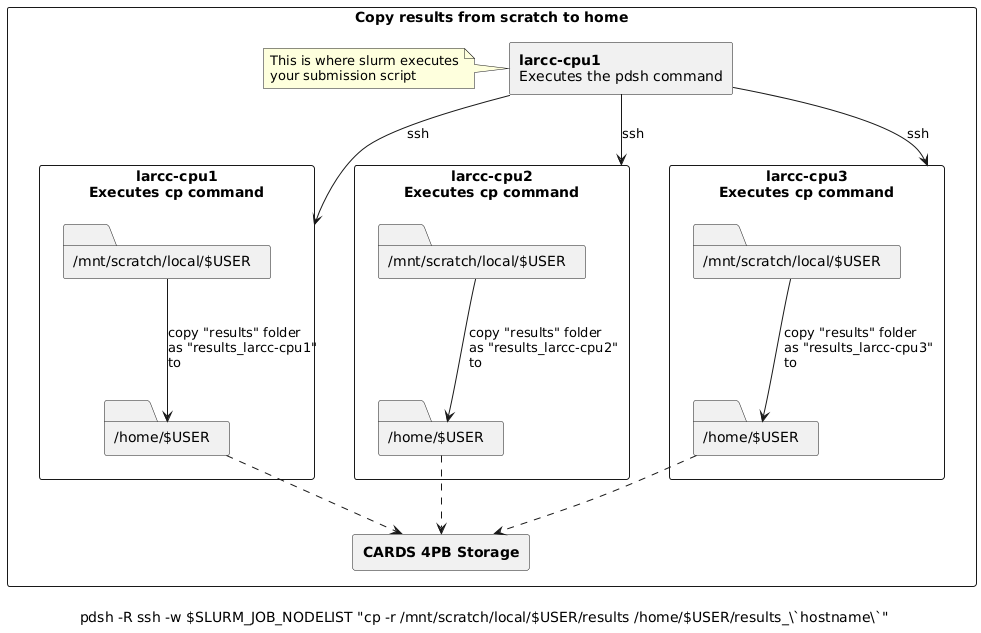
Above: guides/storage/images/pdsh_scratch_to_home.png in ularc/larcc (PlantUML), before the change. Source of this version:
```plantuml
@startuml
rectangle "Copy results from scratch to home" {
caption \lpdsh -R ssh -w $SLURM_JOB_NODELIST "cp -r /mnt/scratch/local/$USER/results /home/$USER/results_\`hostname\`"
rectangle "<b>larcc-cpu1\nExecutes the pdsh command" as job_executor
note left
  This is where slurm executes
  your submission script
end note
rectangle "<b>CARDS 4PB Storage" as Shared

rectangle "<b>larcc-cpu1\nExecutes cp command" as Node1 {
  folder "/home/$USER" as Node1Home
  folder "/mnt/scratch/local/$USER" as Node1Scratch
}

rectangle "<b>larcc-cpu2\nExecutes cp command" as Node2 {
  folder "/home/$USER" as Node2Home
  folder "/mnt/scratch/local/$USER" as Node2Scratch
}
rectangle "<b>larcc-cpu3\nExecutes cp command" as Node3 {
  folder "/home/$USER" as Node3Home
  folder "/mnt/scratch/local/$USER" as Node3Scratch
}

job_executor -down-> Node1 : ssh
job_executor -down-> Node2 : ssh
job_executor -down-> Node3 : ssh

Node1Home <-up- Node1Scratch : \lcopy "results" folder\nas "results_larcc-cpu1"\nto
Node2Home <-up- Node2Scratch : \lcopy "results" folder\nas "results_larcc-cpu2"\nto
Node3Home <-up- Node3Scratch : \lcopy "results" folder\nas "results_larcc-cpu3"\nto

Node1Home -[dashed]down-> Shared
Node2Home -[dashed]down-> Shared
Node3Home -[dashed]down-> Shared
}
@enduml
```
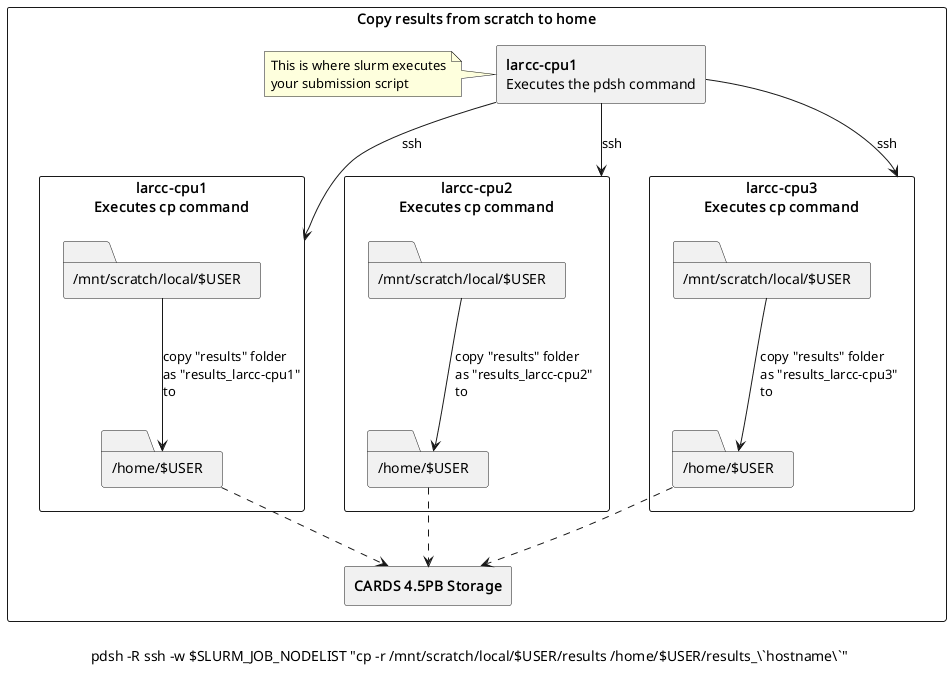
After the commit.

Diff of the diagram source:
```diff
@@ -1,4 +1,5 @@
 @startuml
+
 rectangle "Copy results from scratch to home" {
 caption \lpdsh -R ssh -w $SLURM_JOB_NODELIST "cp -r /mnt/scratch/local/$USER/results /home/$USER/results_\`hostname\`"
 rectangle "<b>larcc-cpu1\nExecutes the pdsh command" as job_executor
@@ -6,7 +7,7 @@
   This is where slurm executes
   your submission script
 end note
-rectangle "<b>CARDS 4PB Storage" as Shared
+rectangle "<b>CARDS 4.5PB Storage" as Shared
 
 rectangle "<b>larcc-cpu1\nExecutes cp command" as Node1 {
   folder "/home/$USER" as Node1Home
```
